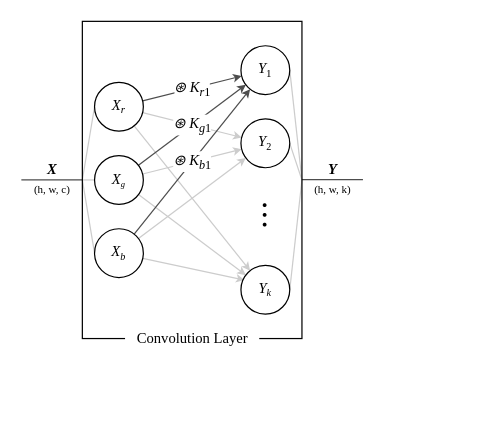
Above: page "convolution-valid" (6 of 10) of img/layers.drawio in dragoon8192/LaundryTag (draw.io), before the change. Source tidied: cells renumbered, new cells numbered last; positions are measured from the earlier drawing's top-left corner, leaving out a move shared by most shapes. Both pictures are drawn from the tidied source at 122%, with x=0, y=0 at pixel (21, 21).
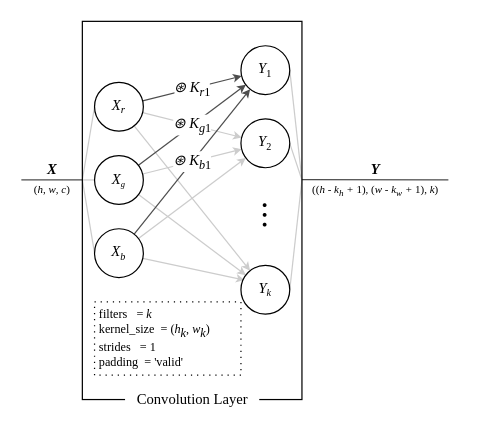
Above is the later version.

Commit message:
layers.drawio を更新します

The edit, as a diff of the source:
```diff
@@
     <mxCell id="18" value="&lt;b&gt;&lt;i&gt;Y&lt;/i&gt;&lt;/b&gt;" style="endArrow=none;html=1;rounded=0;labelBackgroundColor=default;sketch=0;strokeColor=#4D4D4D;strokeWidth=1;fontFamily=Times New Roman;fontSize=12;fontColor=default;startSize=4;endSize=4;sourcePerimeterSpacing=0;targetPerimeterSpacing=0;shape=connector;jumpStyle=none;jumpSize=4;spacing=1;spacingLeft=0;labelBorderColor=none;verticalAlign=bottom;" parent="1" edge="1">
       <mxGeometry relative="1" as="geometry">
         <mxPoint x="230" y="129.8" as="sourcePoint" />
-        <mxPoint x="280" y="129.8" as="targetPoint" />
+        <mxPoint x="350" y="130" as="targetPoint" />
       </mxGeometry>
     </mxCell>
@@
-    <mxCell id="25" value="&lt;font style=&quot;font-size: 9px;&quot;&gt;(h, w, c)&lt;/font&gt;" style="text;html=1;align=center;verticalAlign=middle;strokeColor=none;fillColor=none;fontSize=18;fontFamily=Times New Roman;spacing=0;labelBackgroundColor=none;" parent="1" vertex="1">
+    <mxCell id="25" value="&lt;font style=&quot;font-size: 9px;&quot;&gt;(&lt;i&gt;h&lt;/i&gt;, &lt;i&gt;w&lt;/i&gt;, &lt;i&gt;c&lt;/i&gt;)&lt;/font&gt;" style="text;html=1;align=center;verticalAlign=middle;strokeColor=none;fillColor=none;fontSize=18;fontFamily=Times New Roman;spacing=0;labelBackgroundColor=none;" parent="1" vertex="1">
       <mxGeometry y="120" width="50" height="30" as="geometry" />
     </mxCell>
-    <mxCell id="26" value="&lt;font style=&quot;font-size: 9px;&quot;&gt;(h, w, k)&lt;/font&gt;" style="text;html=1;align=center;verticalAlign=middle;strokeColor=none;fillColor=none;fontSize=18;fontFamily=Times New Roman;spacing=0;labelBackgroundColor=none;" parent="1" vertex="1">
-      <mxGeometry x="230" y="120" width="50" height="30" as="geometry" />
+    <mxCell id="26" value="&lt;font style=&quot;font-size: 9px;&quot;&gt;((&lt;i&gt;h - k&lt;sub&gt;h&lt;/sub&gt; +&lt;/i&gt; 1), (&lt;i&gt;w - k&lt;sub&gt;w&lt;/sub&gt; + &lt;/i&gt;1), &lt;i&gt;k&lt;/i&gt;)&lt;/font&gt;" style="text;html=1;align=center;verticalAlign=middle;strokeColor=none;fillColor=none;fontSize=18;fontFamily=Times New Roman;spacing=0;labelBackgroundColor=none;" parent="1" vertex="1">
+      <mxGeometry x="220" y="120" width="140" height="30" as="geometry" />
     </mxCell>
@@
     <mxCell id="28" style="rounded=0;whiteSpace=wrap;html=1;labelBackgroundColor=none;fillStyle=hatch;strokeColor=#000000;strokeWidth=1;fontFamily=Times New Roman;fontSize=12;fontColor=#FFFFFF;fillColor=none;gradientColor=none;" parent="1" vertex="1">
-      <mxGeometry x="50" width="180" height="260" as="geometry" />
+      <mxGeometry x="50" width="180" height="310" as="geometry" />
     </mxCell>
-    <mxCell id="29" value="Convolution Layer" style="text;html=1;align=center;verticalAlign=middle;strokeColor=none;fillColor=default;fontSize=12;fontFamily=Times New Roman;fontColor=#000000;" parent="1" vertex="1">
-      <mxGeometry x="85" y="245" width="110" height="30" as="geometry" />
+    <mxCell id="29" value="Convolution Layer" style="text;html=1;align=center;verticalAlign=middle;strokeColor=none;fillColor=default;fontSize=12;fontFamily=Times New Roman;fontColor=#000000;spacing=0;" parent="1" vertex="1">
+      <mxGeometry x="85" y="300" width="110" height="20" as="geometry" />
     </mxCell>
+    <mxCell id="30" value="filters &lt;span style=&quot;white-space: pre;&quot;&gt; &lt;/span&gt;&lt;span style=&quot;white-space: pre;&quot;&gt; &lt;/span&gt;= &lt;i style=&quot;font-size: 10px;&quot;&gt;k&lt;/i&gt;&lt;br style=&quot;font-size: 10px;&quot;&gt;kernel_size &lt;span style=&quot;white-space: pre;&quot;&gt; &lt;/span&gt;= (&lt;i style=&quot;font-size: 10px;&quot;&gt;h&lt;sub style=&quot;font-size: 10px;&quot;&gt;k&lt;/sub&gt;&lt;/i&gt;, &lt;i style=&quot;font-size: 10px;&quot;&gt;w&lt;sub style=&quot;font-size: 10px;&quot;&gt;k&lt;/sub&gt;&lt;/i&gt;)&lt;br&gt;strides &lt;span style=&quot;white-space: pre;&quot;&gt; &lt;span style=&quot;white-space: pre;&quot;&gt; &lt;/span&gt;&lt;/span&gt;= 1&lt;br&gt;padding&lt;span style=&quot;white-space: pre;&quot;&gt; &lt;/span&gt;&lt;span style=&quot;white-space: pre;&quot;&gt; &lt;/span&gt;= 'valid'" style="text;html=1;align=left;verticalAlign=middle;strokeColor=default;fillColor=none;fontSize=10;fontFamily=Times New Roman;fontColor=#000000;spacing=0;dashed=1;dashPattern=1 4;spacingLeft=4;" parent="1" vertex="1">
+      <mxGeometry x="60" y="230" width="120" height="60" as="geometry" />
+    </mxCell>
```
